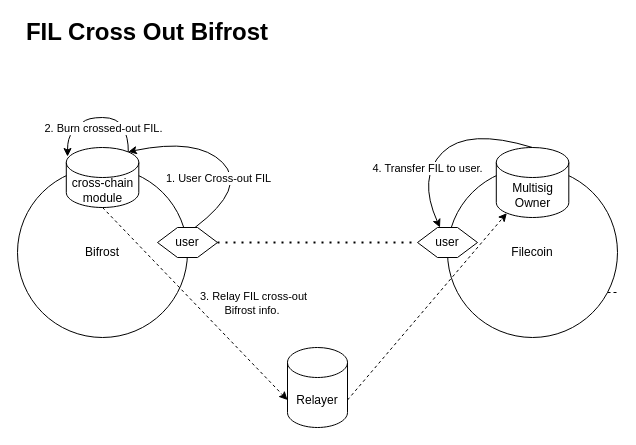
The draw.io diagram vfil-crossout-multisig.drawio in herryho/flowchars, before the edit. Source tidied: cells renumbered, new cells numbered last; positions are measured from the earlier drawing's top-left corner, leaving out a move shared by most shapes. Both pictures are drawn from the tidied source at 100%, with x=0, y=0 at pixel (17, 17).
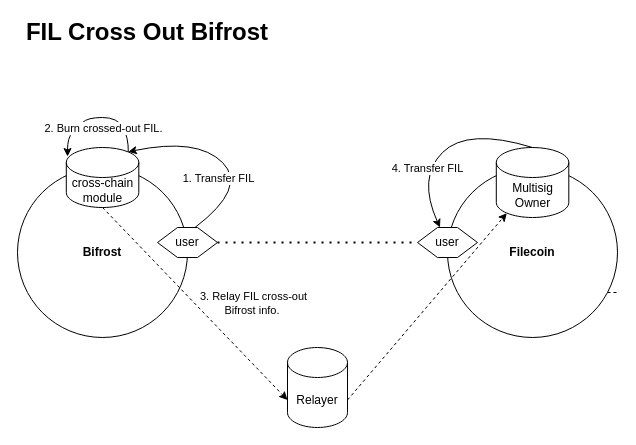
After the change.

Unchanged cells that the change refers to:
```xml
<mxCell id="15" style="curved=1;endArrow=classic;html=1;rounded=0;entryX=0.855;entryY=0;entryDx=0;entryDy=4.35;entryPerimeter=0;exitX=0.625;exitY=0;exitDx=0;exitDy=0;" parent="1" edge="1" source="4" target="8">
  <mxGeometry relative="1" as="geometry">
    <Array as="points">
      <mxPoint x="230" y="170" />
      <mxPoint x="180" y="120" />
    </Array>
  </mxGeometry>
</mxCell>
<mxCell id="19" style="curved=1;endArrow=classic;html=1;rounded=0;exitX=0.5;exitY=0;exitDx=0;exitDy=0;exitPerimeter=0;entryX=0.375;entryY=0;entryDx=0;entryDy=0;" parent="1" edge="1" source="7" target="5">
  <mxGeometry relative="1" as="geometry">
    <Array as="points">
      <mxPoint x="450" y="110" />
      <mxPoint x="400" y="160" />
    </Array>
  </mxGeometry>
</mxCell>
```

Diff of the diagram source:
```diff
@@
-    <mxCell id="2" value="Bifrost" style="ellipse;whiteSpace=wrap;html=1;" parent="1" vertex="1">
+    <mxCell id="2" value="&lt;b&gt;Bifrost&lt;/b&gt;" style="ellipse;whiteSpace=wrap;html=1;" parent="1" vertex="1">
       <mxGeometry y="150" width="170" height="170" as="geometry" />
     </mxCell>
-    <mxCell id="3" value="Filecoin" style="ellipse;whiteSpace=wrap;html=1;" parent="1" vertex="1">
+    <mxCell id="3" value="&lt;b&gt;Filecoin&lt;/b&gt;" style="ellipse;whiteSpace=wrap;html=1;" parent="1" vertex="1">
       <mxGeometry x="430" y="150" width="170" height="170" as="geometry" />
     </mxCell>
@@
-    <mxCell id="16" value="1. User Cross-out FIL" style="edgeLabel;html=1;align=center;verticalAlign=middle;" parent="15" vertex="1">
+    <mxCell id="16" value="1. Transfer FIL" style="edgeLabel;html=1;align=center;verticalAlign=middle;" parent="15" vertex="1">
       <mxGeometry x="0.58" y="4" relative="1" as="geometry">
         <mxPoint x="46" y="31" as="offset" />
       </mxGeometry>
     </mxCell>
@@
-    <mxCell id="20" value="4. Transfer FIL to user." style="edgeLabel;html=1;align=center;verticalAlign=middle;" parent="19" vertex="1">
+    <mxCell id="20" value="4. Transfer FIL" style="edgeLabel;html=1;align=center;verticalAlign=middle;" parent="19" vertex="1">
       <mxGeometry x="-0.22" y="7" relative="1" as="geometry">
         <mxPoint x="-40" y="30" as="offset" />
       </mxGeometry>
     </mxCell>
```
